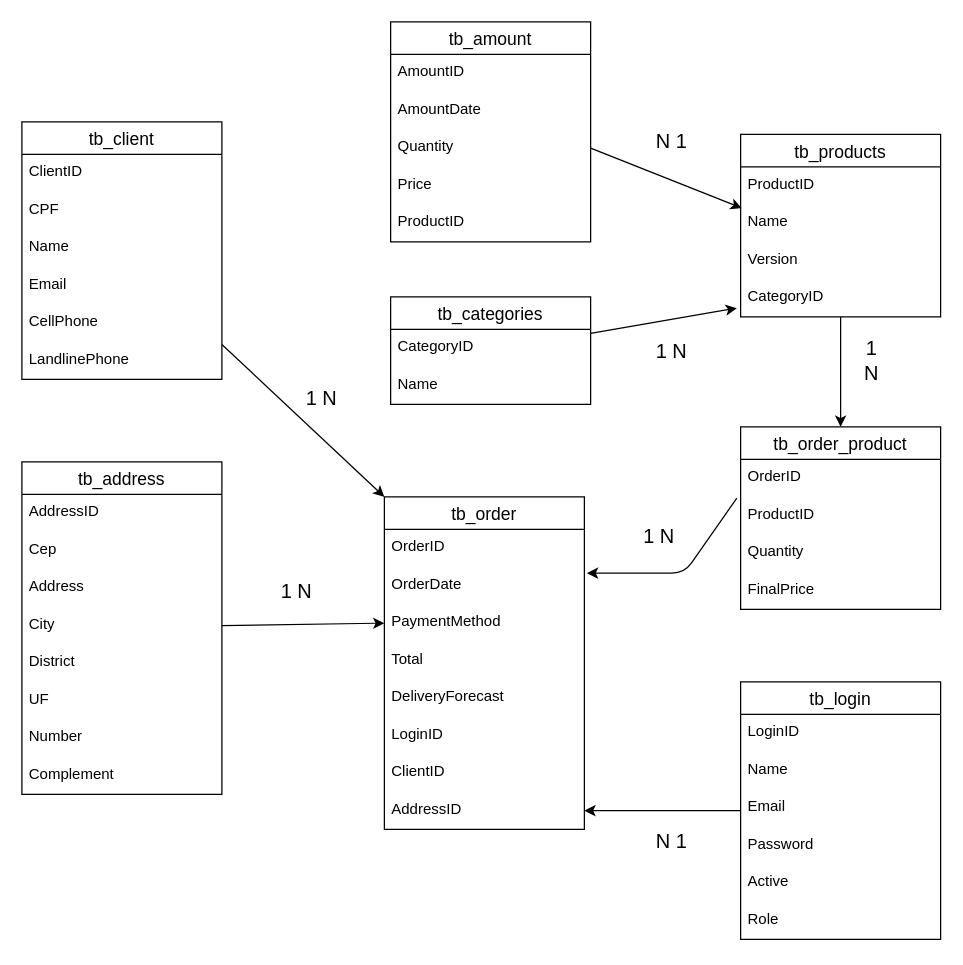
This is Doc/DB/BD.Drawio from JoaopedroSassi/GoldCS-BackEnd, a draw.io file, before an edit. Source tidied: cells renumbered, new cells numbered last; positions are measured from the earlier drawing's top-left corner, leaving out a move shared by most shapes. Both pictures are drawn from the tidied source at 125%, with x=0, y=0 at pixel (21, 21).
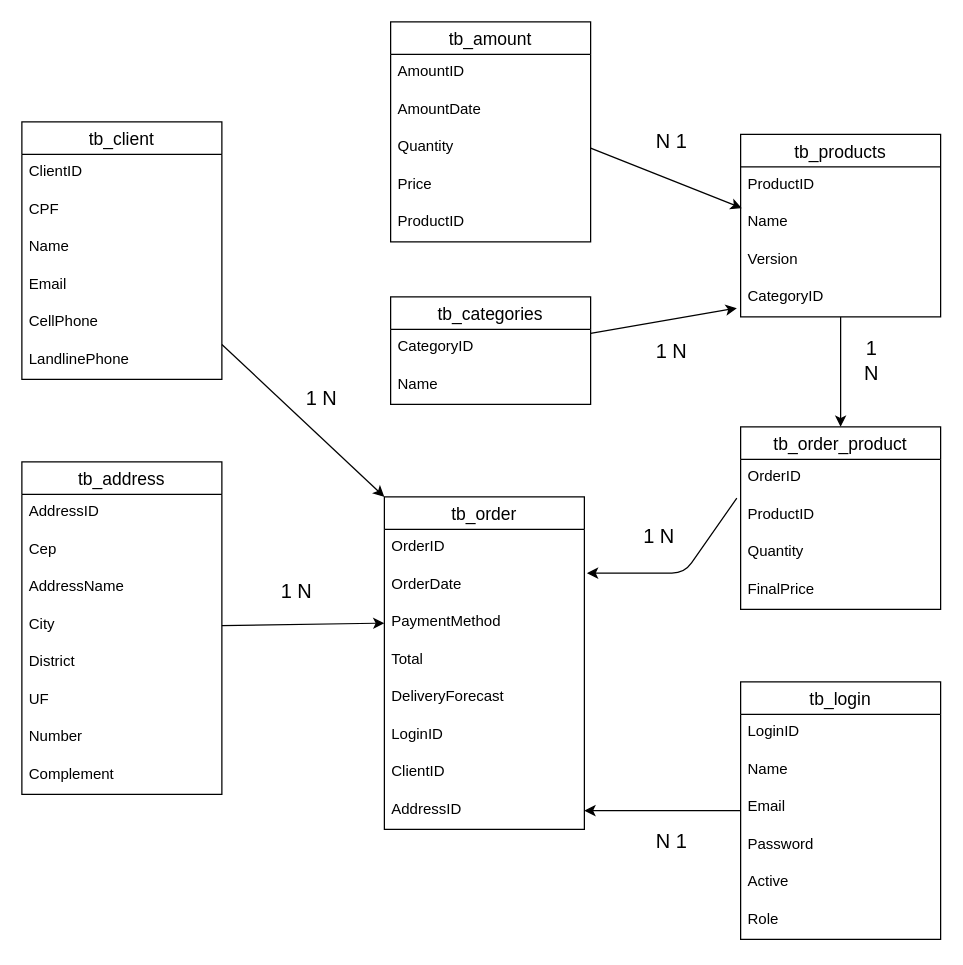
The same page after the edit.

Commit message (it also covers changes not shown here):
Add uf valid + modelagem bd

The change refers to these unchanged cells:
```xml
<mxCell id="41" value="tb_address" style="swimlane;fontStyle=0;horizontal=1;startSize=26;align=center;fontSize=14;" parent="1" vertex="1">
  <mxGeometry y="352" width="160" height="266" as="geometry" />
</mxCell>
```

Diff of the diagram source:
```diff
@@
-    <mxCell id="44" value="Address" style="text;strokeColor=none;fillColor=none;spacingLeft=4;spacingRight=4;overflow=hidden;fontSize=12;" parent="41" vertex="1">
+    <mxCell id="44" value="AddressName" style="text;strokeColor=none;fillColor=none;spacingLeft=4;spacingRight=4;overflow=hidden;fontSize=12;" parent="41" vertex="1">
       <mxGeometry y="86" width="160" height="30" as="geometry" />
     </mxCell>
```
